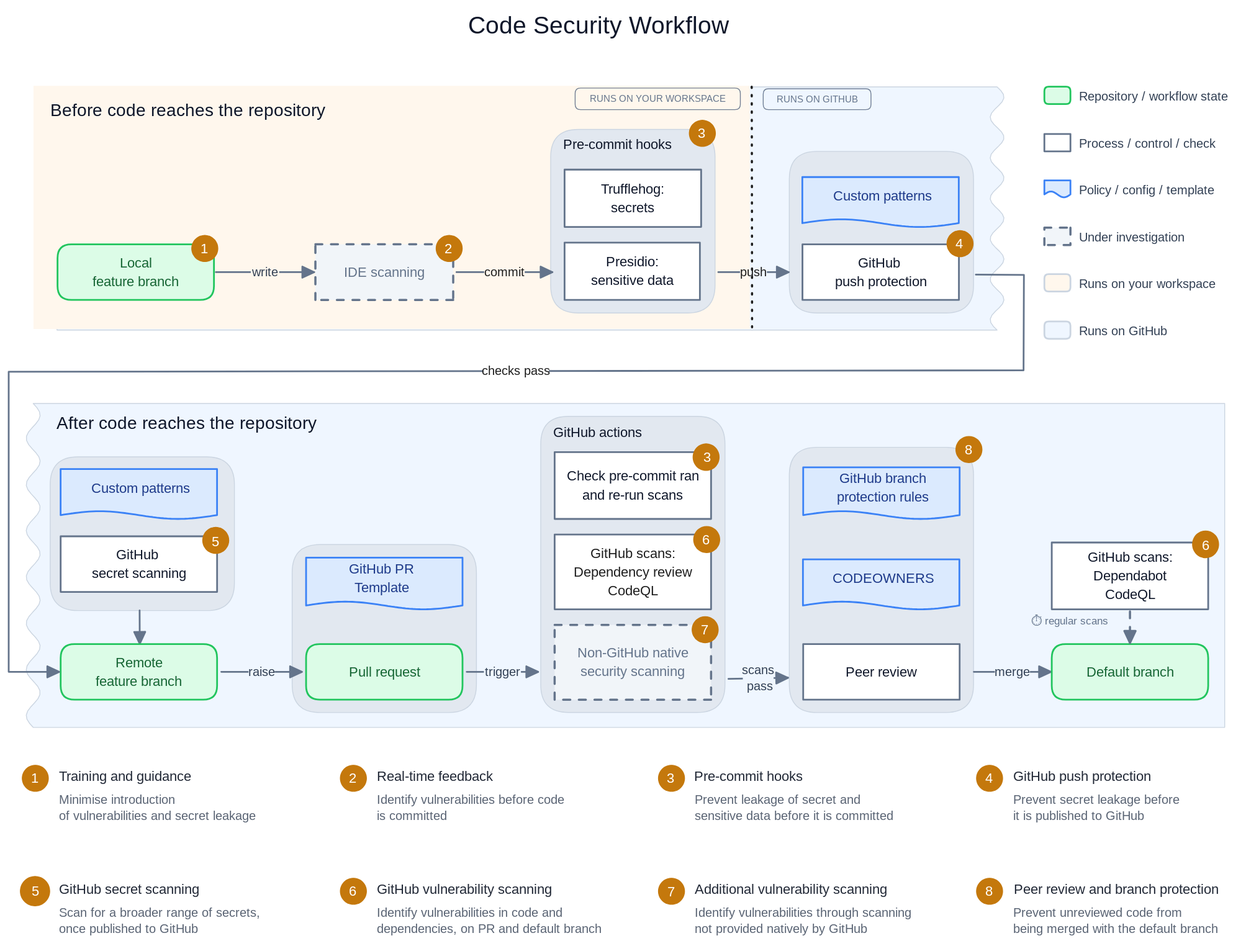
Before: assets/code_sec_workflow.excalidraw.svg, a diagram exported from Excalidraw (uktrade/.github). Source tidied: one line per element, renumbered; positions are measured from the earlier drawing's top-left corner, leaving out a move shared by most shapes.
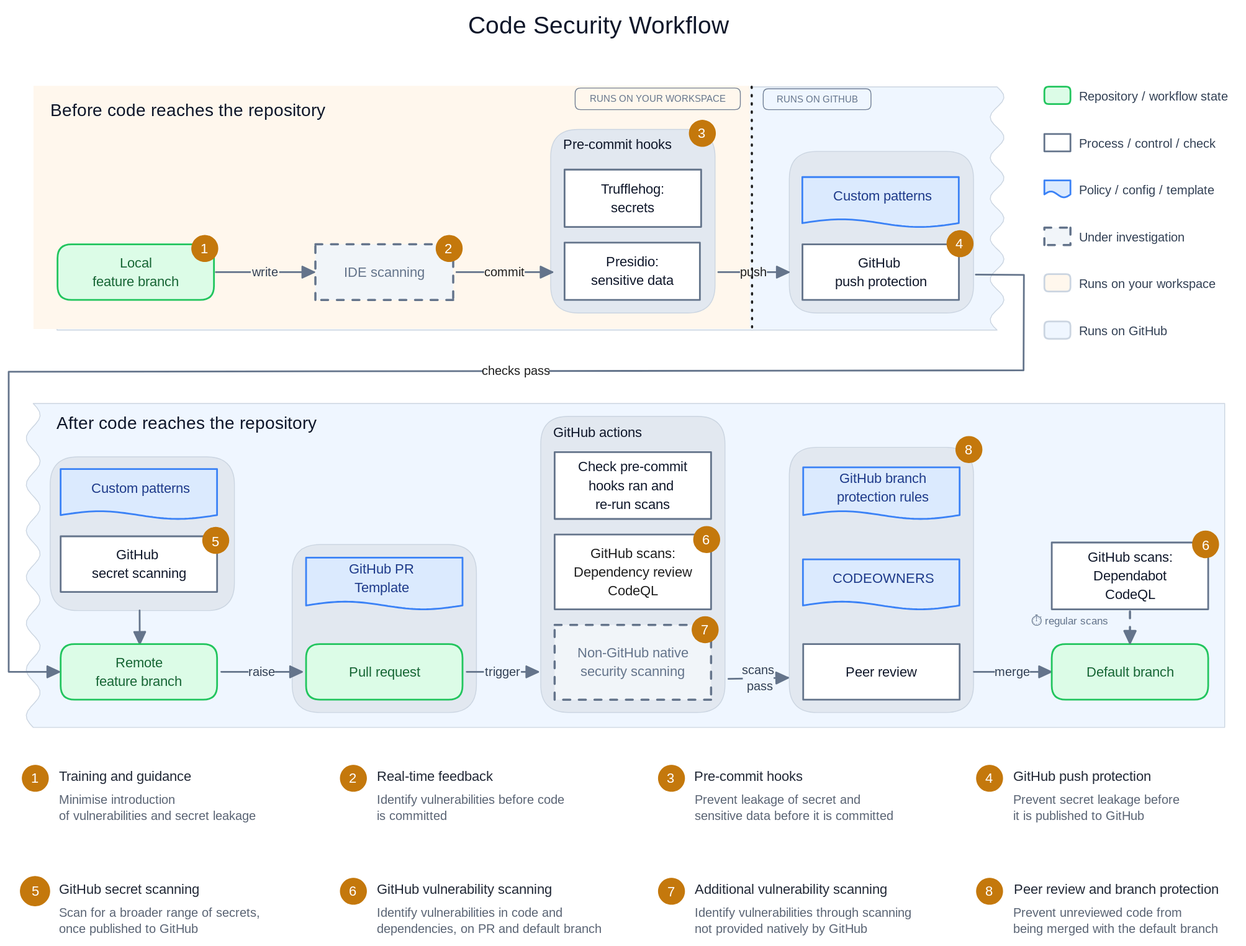
The same file after the commit.

What changed in the source:
```diff
@@ -29,7 +29,7 @@
 {"id": 28, "type": "rectangle", "strokeColor": "#64748b", "backgroundColor": "#ffffff", "fillStyle": "solid", "strokeWidth": 2, "roughness": 0, "x": 628, "y": 605, "width": 180, "height": 86}
 {"id": 29, "type": "text", "text": "GitHub scans:\nDependency review\nCodeQL", "strokeColor": "#1e1e1e", "strokeWidth": 1, "roughness": 0, "fontSize": 16, "fontFamily": 6, "textAlign": "center", "verticalAlign": "middle", "inside": 28, "x": 647, "y": 616, "width": 143, "height": 65}
 {"id": 30, "type": "rectangle", "strokeColor": "#64748b", "backgroundColor": "#ffffff", "fillStyle": "solid", "strokeWidth": 2, "roughness": 0, "x": 628, "y": 510, "width": 180, "height": 77}
-{"id": 31, "type": "text", "text": "Check pre-commit ran\nand re-run scans", "strokeColor": "#0f172a", "strokeWidth": 1, "roughness": 0, "fontSize": 16, "fontFamily": 6, "textAlign": "center", "verticalAlign": "middle", "inside": 30, "x": 638, "y": 527, "width": 160, "height": 43}
+{"id": 31, "type": "text", "text": "Check pre-commit\nhooks ran and \nre-run scans", "strokeColor": "#0f172a", "strokeWidth": 1, "roughness": 0, "fontSize": 16, "fontFamily": 6, "textAlign": "center", "verticalAlign": "middle", "inside": 30, "x": 652, "y": 516, "width": 132, "height": 65}
 {"id": 32, "type": "rectangle", "strokeColor": "#64748b", "backgroundColor": "#f1f5f9", "fillStyle": "solid", "strokeWidth": 2, "strokeStyle": "dashed", "roughness": 0, "x": 628, "y": 709, "width": 180, "height": 86}
 {"id": 33, "type": "text", "text": "Non-GitHub native\nsecurity scanning", "strokeColor": "#64748b", "strokeWidth": 1, "roughness": 0, "fontSize": 16, "fontFamily": 6, "textAlign": "center", "verticalAlign": "middle", "inside": 32, "x": 650, "y": 730, "width": 137, "height": 43}
 {"id": 34, "type": "text", "text": "GitHub actions", "strokeColor": "#0f172a", "strokeWidth": 1, "roughness": 0, "fontSize": 16, "fontFamily": 6, "x": 626, "y": 477, "width": 107, "height": 22}
@@ -120,8 +120,6 @@
 {"id": 119, "type": "text", "text": "5", "strokeColor": "#ffffff", "strokeWidth": 1, "roughness": 0, "fontSize": 16, "fontFamily": 6, "textAlign": "center", "verticalAlign": "middle", "x": 26, "y": 1004, "width": 10, "height": 22}
 {"id": 120, "type": "ellipse", "strokeColor": "#C4780C", "backgroundColor": "#C4780C", "fillStyle": "solid", "strokeWidth": 1, "roughness": 0, "x": 1362, "y": 601, "width": 30, "height": 31}
 {"id": 121, "type": "text", "text": "6", "strokeColor": "#ffffff", "strokeWidth": 1, "roughness": 0, "fontSize": 16, "fontFamily": 6, "textAlign": "center", "verticalAlign": "middle", "x": 1372, "y": 607, "width": 10, "height": 22}
-{"id": 122, "type": "ellipse", "strokeColor": "#C4780C", "backgroundColor": "#C4780C", "fillStyle": "solid", "strokeWidth": 1, "roughness": 0, "x": 787, "y": 501, "width": 30, "height": 31}
-{"id": 123, "type": "text", "text": "3", "strokeColor": "#ffffff", "strokeWidth": 1, "roughness": 0, "fontSize": 16, "fontFamily": 6, "textAlign": "center", "verticalAlign": "middle", "x": 799, "y": 505, "width": 10, "height": 22}
 {"id": 124, "type": "rectangle", "strokeColor": "#64748b", "backgroundColor": "#ffffff", "fillStyle": "solid", "strokeWidth": 2, "roughness": 0, "x": 913, "y": 271, "width": 180, "height": 64}
 {"id": 125, "type": "text", "text": "GitHub \npush protection", "strokeColor": "#0f172a", "strokeWidth": 1, "roughness": 0, "fontSize": 16, "fontFamily": 6, "textAlign": "center", "verticalAlign": "middle", "inside": 124, "x": 947, "y": 281, "width": 114, "height": 43}
 {"id": 126, "type": "rectangle", "strokeColor": "#cbd5e1", "backgroundColor": "#e2e8f0", "fillStyle": "solid", "strokeWidth": 1, "roughness": 0, "round": true, "x": 48, "y": 516, "width": 212, "height": 177}
```
